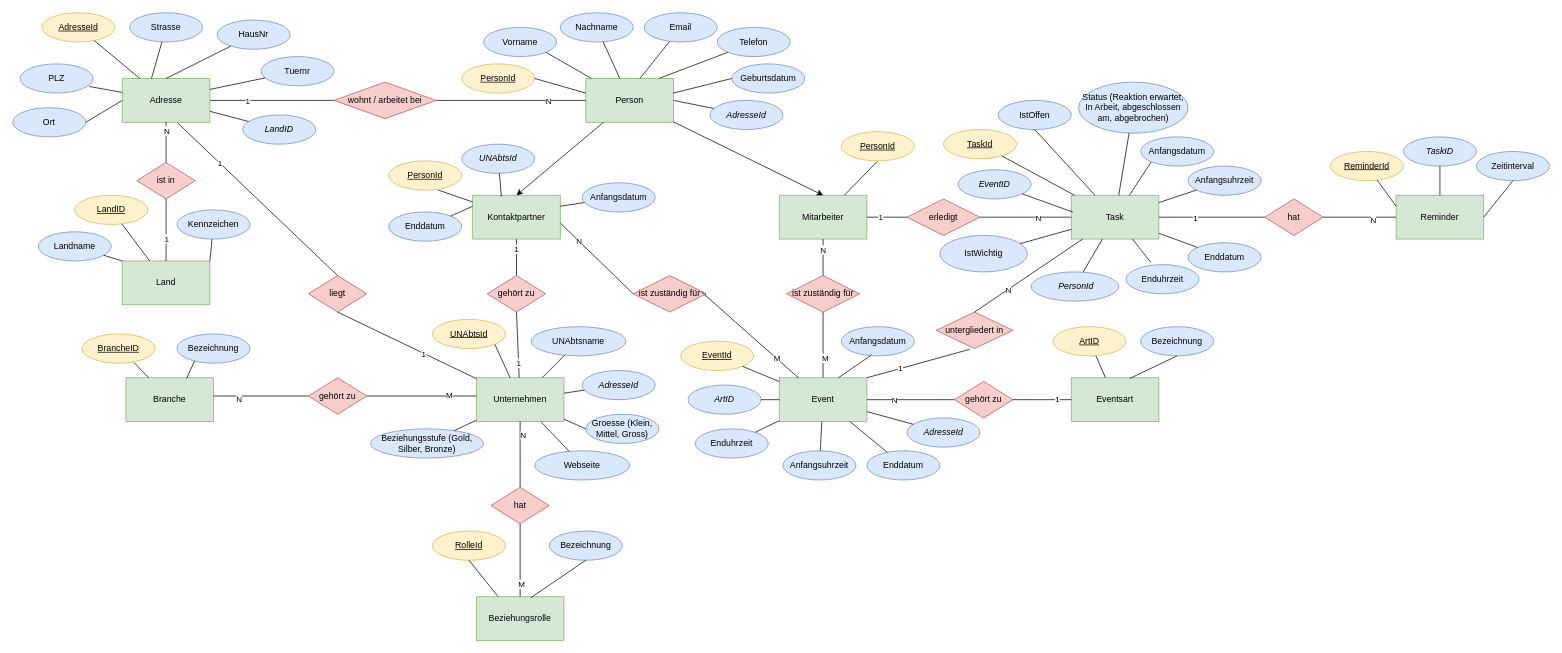
Meishencorona1/Calcy keeps this draw.io diagram as Untitled Diagram.drawio. Above is the earlier version. Source tidied: cells renumbered, new cells numbered last; positions are measured from the earlier drawing's top-left corner, leaving out a move shared by most shapes. Both pictures are drawn from the tidied source at 73%, with x=0, y=0 at pixel (12, 12).
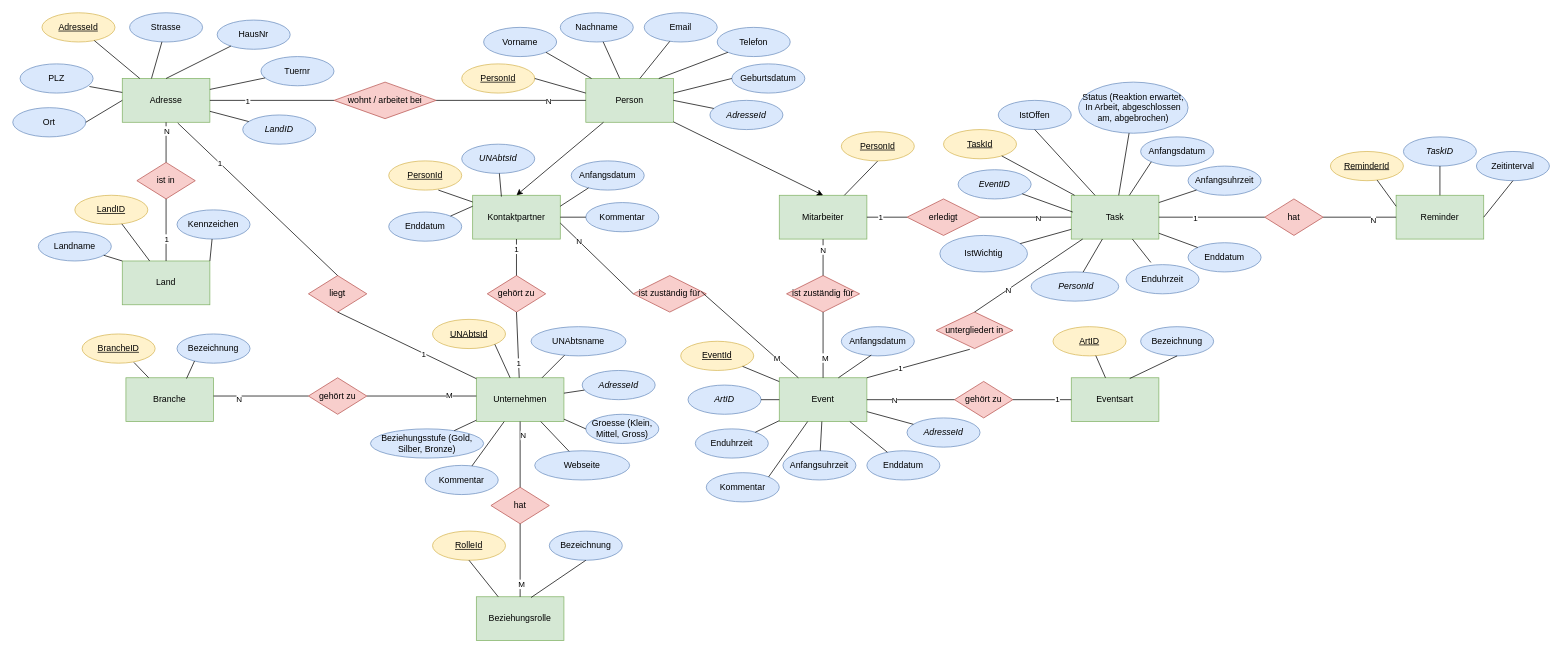
The same diagram, later.

Unchanged cells that the change refers to:
```xml
<mxCell id="4" value="Unternehmen" style="rounded=0;whiteSpace=wrap;html=1;fillColor=#d5e8d4;strokeColor=#82b366;" parent="1" vertex="1">
  <mxGeometry x="635" y="500" width="120" height="60" as="geometry" />
</mxCell>
<mxCell id="5" value="Kontaktpartner" style="rounded=0;whiteSpace=wrap;html=1;fillColor=#d5e8d4;strokeColor=#82b366;" parent="1" vertex="1">
  <mxGeometry x="630" y="250" width="120" height="60" as="geometry" />
</mxCell>
<mxCell id="9" value="Event" style="whiteSpace=wrap;html=1;fillColor=#d5e8d4;strokeColor=#82b366;" parent="1" vertex="1">
  <mxGeometry x="1050" y="500" width="120" height="60" as="geometry" />
</mxCell>
```

Diff of the diagram source:
```diff
@@
     <mxCell id="90" value="Anfangsdatum" style="ellipse;whiteSpace=wrap;html=1;fillColor=#dae8fc;strokeColor=#6c8ebf;" parent="1" vertex="1">
-      <mxGeometry x="780" y="232.9" width="100" height="40" as="geometry" />
+      <mxGeometry x="765" y="202.9" width="100" height="40" as="geometry" />
     </mxCell>
@@
+    <mxCell id="184" value="Kommentar" style="ellipse;whiteSpace=wrap;html=1;fillColor=#dae8fc;strokeColor=#6c8ebf;" parent="1" vertex="1">
+      <mxGeometry x="785" y="260" width="100" height="40" as="geometry" />
+    </mxCell>
+    <mxCell id="185" style="endArrow=none;html=1;rounded=0;exitX=1;exitY=0.5;exitDx=0;exitDy=0;" parent="1" edge="1" source="5" target="184">
+      <mxGeometry relative="1" as="geometry" />
+    </mxCell>
+    <mxCell id="186" value="Kommentar" style="ellipse;whiteSpace=wrap;html=1;fillColor=#dae8fc;strokeColor=#6c8ebf;" parent="1" vertex="1">
+      <mxGeometry x="950" y="630" width="100" height="40" as="geometry" />
+    </mxCell>
+    <mxCell id="187" style="endArrow=none;html=1;rounded=0;exitX=1;exitY=0;exitDx=0;exitDy=0;" parent="1" edge="1" source="186" target="9">
+      <mxGeometry relative="1" as="geometry" />
+    </mxCell>
+    <mxCell id="188" value="Kommentar" style="ellipse;whiteSpace=wrap;html=1;fillColor=#dae8fc;strokeColor=#6c8ebf;" parent="1" vertex="1">
+      <mxGeometry x="565" y="620" width="100" height="40" as="geometry" />
+    </mxCell>
+    <mxCell id="189" style="endArrow=none;html=1;rounded=0;" parent="1" edge="1" source="4" target="188">
+      <mxGeometry relative="1" as="geometry" />
+    </mxCell>
```
